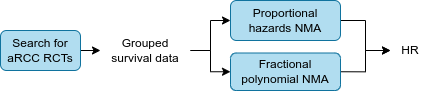
The draw.io diagram docs/images/detailed_stage1.drawio.png in nice-digital/NICE-model-repo, before a commit. Source tidied: cells renumbered, new cells last; positions are measured from the earlier drawing's top-left corner, leaving out a move shared by most shapes.
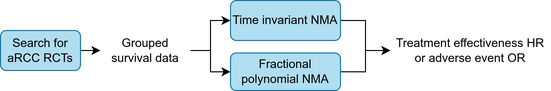
The same file after the commit.

What changed in the source:
```diff
@@ -20,7 +20,7 @@
     <mxCell id="7" style="edgeStyle=orthogonalEdgeStyle;rounded=0;jettySize=auto;html=1;exitX=1;exitY=0.5;exitDx=0;exitDy=0;entryX=0;entryY=0.5;entryDx=0;entryDy=0;" parent="1" edge="1" source="8" target="11">
       <mxGeometry relative="1" as="geometry" />
     </mxCell>
-    <mxCell id="8" value="Proportional hazards NMA" style="rounded=1;whiteSpace=wrap;html=1;fillColor=#b1ddf0;strokeColor=#10739e;" parent="1" vertex="1">
+    <mxCell id="8" value="Time invariant NMA" style="rounded=1;whiteSpace=wrap;html=1;fillColor=#b1ddf0;strokeColor=#10739e;" parent="1" vertex="1">
       <mxGeometry x="230" width="110" height="40" as="geometry" />
     </mxCell>
     <mxCell id="9" style="edgeStyle=orthogonalEdgeStyle;rounded=0;jettySize=auto;html=1;exitX=1;exitY=0.5;exitDx=0;exitDy=0;entryX=0;entryY=0.5;entryDx=0;entryDy=0;" parent="1" edge="1" source="10" target="11">
@@ -29,8 +29,8 @@
     <mxCell id="10" value="Fractional polynomial NMA" style="rounded=1;whiteSpace=wrap;html=1;fillColor=#b1ddf0;strokeColor=#10739e;" parent="1" vertex="1">
       <mxGeometry x="230" y="52.5" width="110" height="37.5" as="geometry" />
     </mxCell>
-    <mxCell id="11" value="HR" style="rounded=1;whiteSpace=wrap;html=1;fillColor=none;strokeColor=none;" parent="1" vertex="1">
-      <mxGeometry x="390" y="37.5" width="40" height="25" as="geometry" />
+    <mxCell id="11" value="Treatment effectiveness HR&lt;div&gt;or adverse event OR&lt;/div&gt;" style="rounded=1;whiteSpace=wrap;html=1;fillColor=none;strokeColor=none;" parent="1" vertex="1">
+      <mxGeometry x="390" y="37.5" width="160" height="25" as="geometry" />
     </mxCell>
   </root>
 </mxGraphModel>
```
